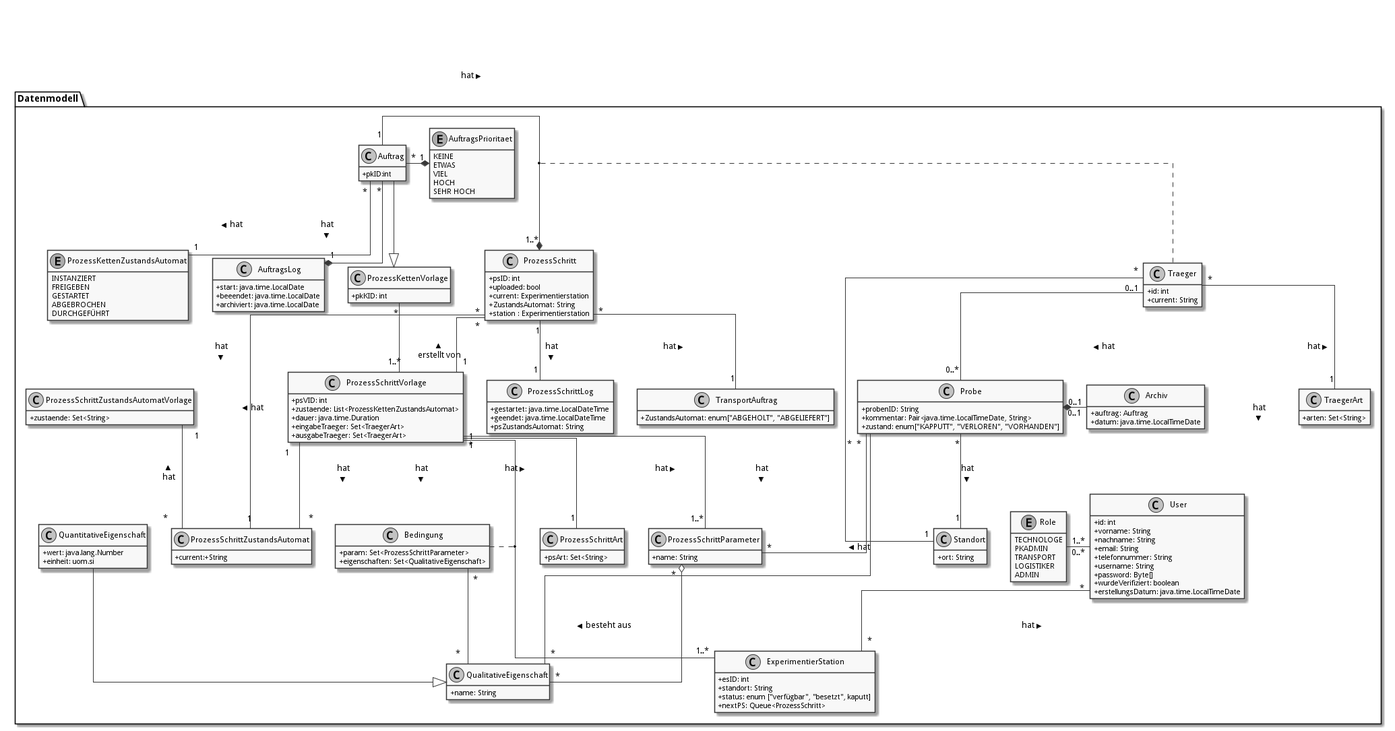
Above: doc/UML/datenModel.png in fkehlenb/softwareprojekt-2 (PlantUML), before the change.
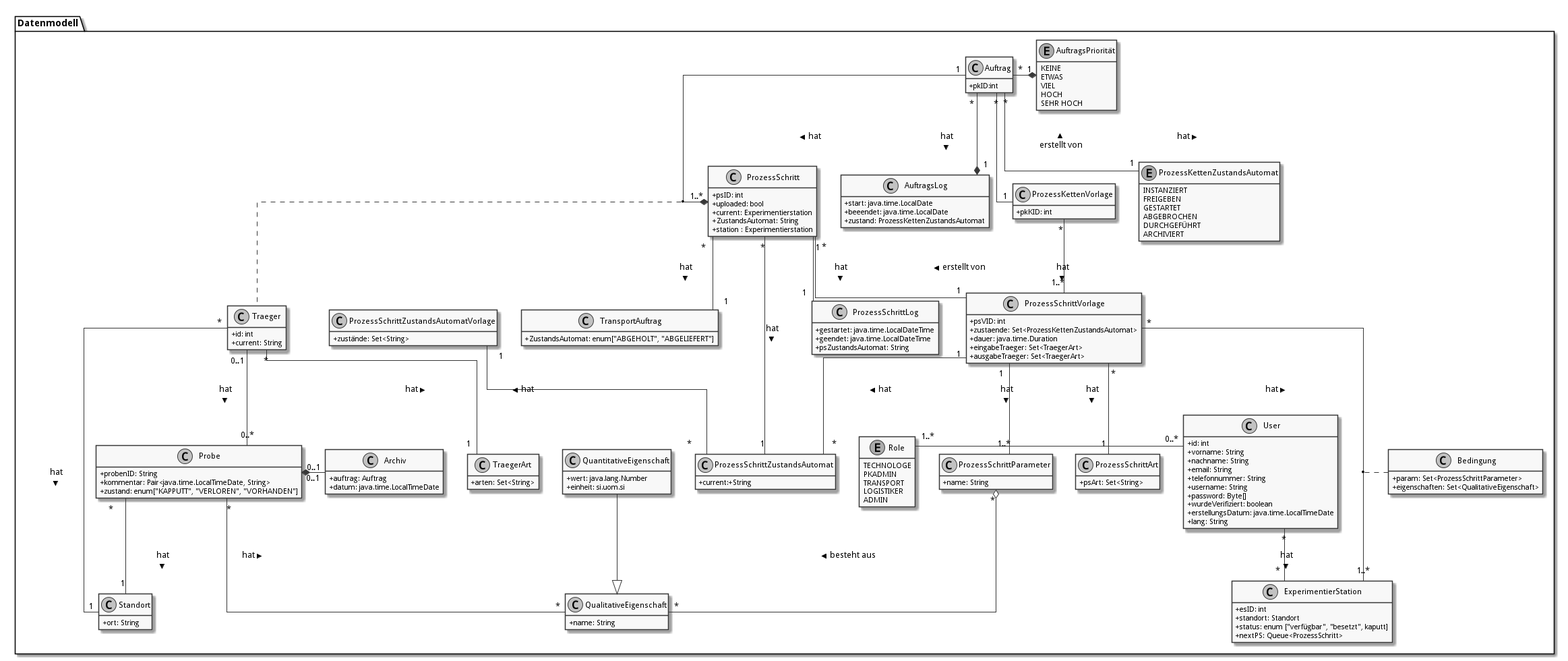
The same file after the commit.

Commit message:
merge from seq, modell und uml

What changed in the source:
```diff
@@ -26,6 +26,7 @@
   +password: Byte[]
   +wurdeVerifiziert: boolean
   +erstellungsDatum: java.time.LocalTimeDate
+  +lang: String
 }
 
 
@@ -49,8 +50,8 @@
 }
 
 class Archiv {
-+auftrag: Auftrag
-+datum: java.time.LocalTimeDate
+  +auftrag: Auftrag
+  +datum: java.time.LocalTimeDate
 }
 
 class "QualitativeEigenschaft" as qualE {
@@ -59,7 +60,7 @@
 
 class "QuantitativeEigenschaft" as quantE {
   +wert: java.lang.Number
-  +einheit: uom.si
+  +einheit: si.uom.si
 }
 
 class "ProzessSchritt" as ps {
@@ -81,12 +82,12 @@
 }
 
 class ProzessSchrittZustandsAutomatVorlage {
-   +zustaende: Set<String>
+   +zustände: Set<String>
 }
 
 class "ProzessSchrittVorlage" as psV {
   +psVID: int
-  +zustaende: List<ProzessKettenZustandsAutomat>
+  +zustaende: Set<ProzessKettenZustandsAutomat>
   +dauer: java.time.Duration
   +eingabeTraeger: Set<TraegerArt>
   +ausgabeTraeger: Set<TraegerArt>
@@ -112,11 +113,11 @@
 class AuftragsLog {
   +start: java.time.LocalDate
   +beeendet: java.time.LocalDate
-  +archiviert: java.time.LocalDate
+  +zustand: ProzessKettenZustandsAutomat
 }
 
 
-enum AuftragsPrioritaet {
+enum AuftragsPriorität {
 KEINE
 ETWAS
 VIEL
@@ -134,6 +135,7 @@
     GESTARTET
     ABGEBROCHEN
     DURCHGEFÜHRT
+    ARCHIVIERT
 }
 
 class Bedingung {
@@ -143,7 +145,7 @@
 
 class "ExperimentierStation" as es {
   +esID: int
-  +standort: String
+  +standort: Standort
   +status: enum ["verfügbar", "besetzt", kaputt]
   +nextPS: Queue<ProzessSchritt>
 }
@@ -151,14 +153,14 @@
 
 
   User "0..*" -left- "1..*" Role
-  User "*" -- "*" es: < hat
+  User "*" -- "*" es: hat >
 
 
-  Auftrag "*" -* "1" AuftragsPrioritaet
+  Auftrag "*" -* "1" AuftragsPriorität
   Auftrag "1" -* "1..*" ps: hat >
   Auftrag "*"  --* "1" AuftragsLog: hat >
   Auftrag "*" -- "1" pkZ: hat >
-  Auftrag  --|>  pkV
+  Auftrag "*" -- "1" pkV: < erstellt von
 
   (Auftrag, ps) .. Traeger
 
@@ -171,7 +173,7 @@
 
   psV "*" --  "1" ProzessSchrittArt: hat >
   psV "1" -- "1..*" pp: hat >
-  psV "1" --"1..*" es: hat >
+  psV "*" --"1..*" es: hat >
   psV "1" -- "*" ProzessSchrittZustandsAutomat: hat >
 
   (psV, es) .. Bedingung
@@ -184,12 +186,9 @@
 
   pkV "*" -- "1..*" psV: hat >
 
-  Bedingung  "*" -- "*" qualE
-
 
   Probe "0..1" *- "0..1" Archiv
   Probe "*" -- "1" Standort: hat >
-  Probe "*" -- "*" pp: hat >
   Probe "*" -- "*" qualE: hat >
 
   pp "*" o-down- "*" qualE: besteht aus >
```
